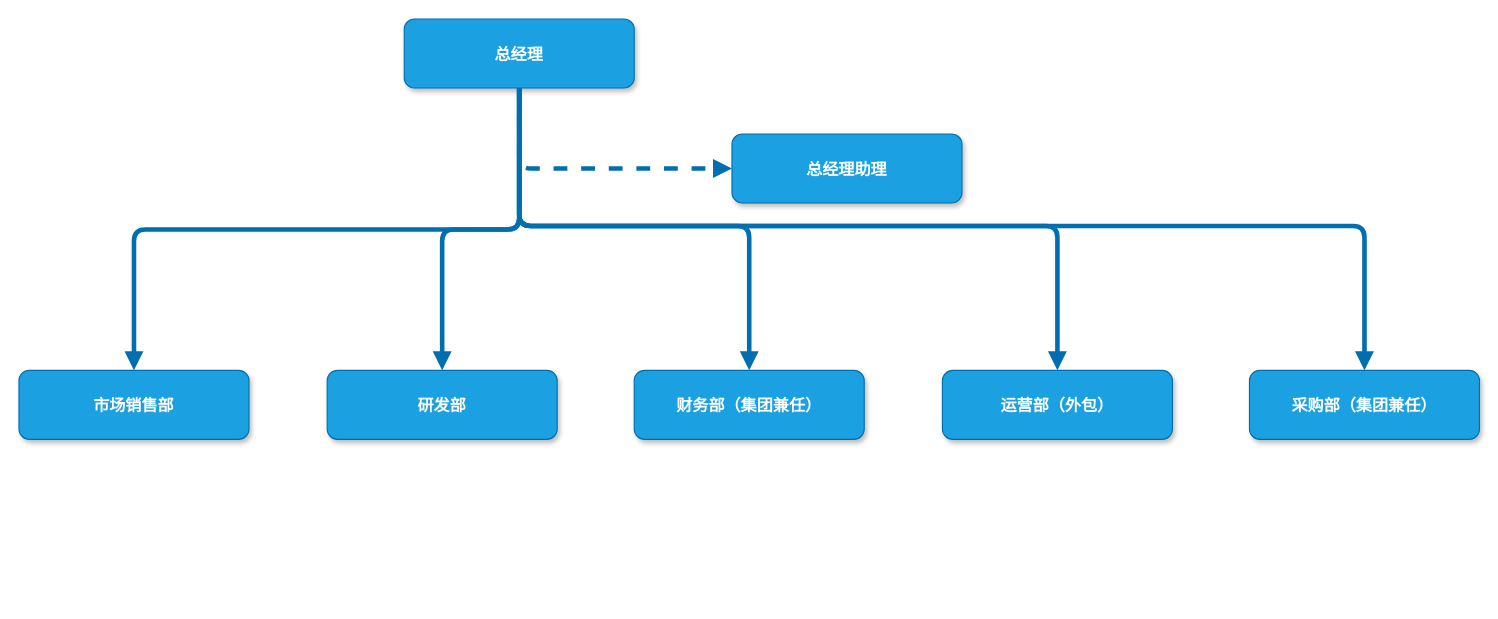
Above: 未命名绘图.drawio in itue/download (draw.io), before the change. Source tidied: cells renumbered, new cells numbered last; positions are measured from the earlier drawing's top-left corner, leaving out a move shared by most shapes. Both pictures are drawn from the tidied source at 115%, with x=0, y=0 at pixel (18, 18).
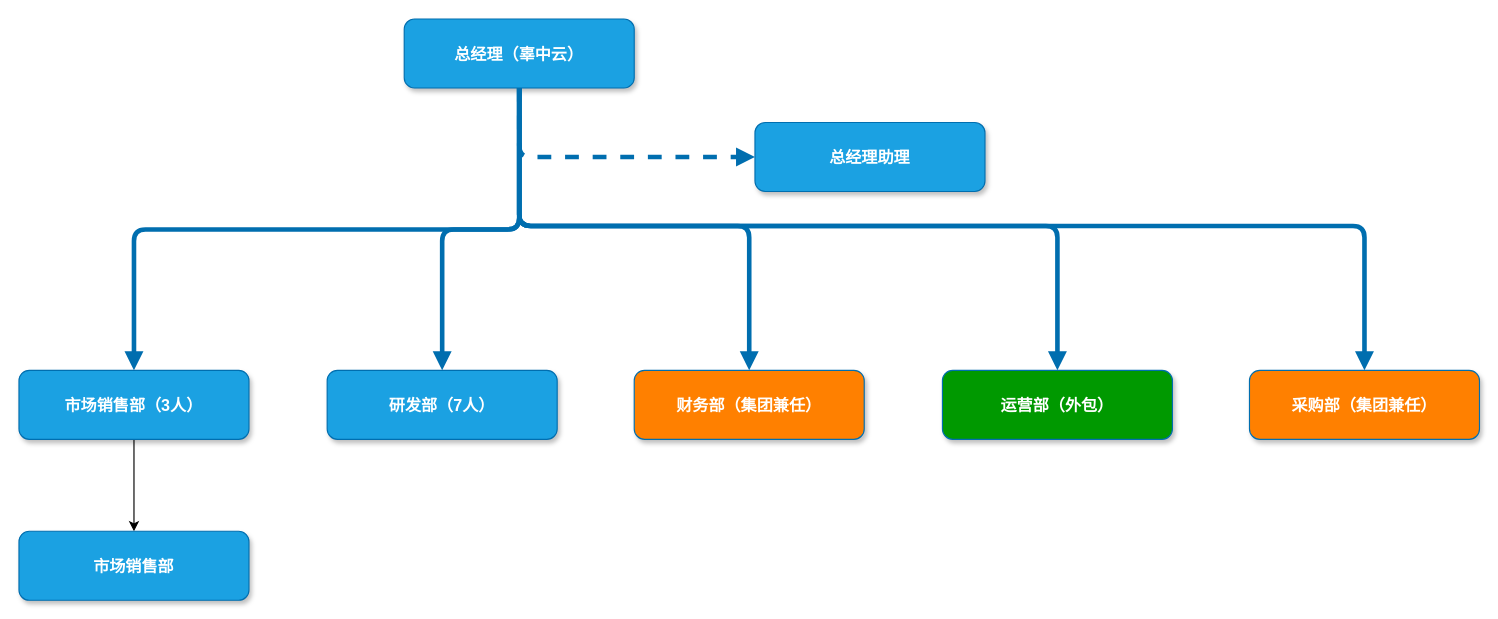
The same page after the edit.

Commit message (it also covers changes not shown here):
华智有为架构图

Change to the diagram source:
```diff
@@
-    <mxCell id="2" value="总经理" style="rounded=1;fillColor=#1ba1e2;strokeColor=#006EAF;shadow=1;fontStyle=1;fontColor=#ffffff;fontSize=14;" parent="1" vertex="1">
+    <mxCell id="2" value="总经理（辜中云）" style="rounded=1;fillColor=#1ba1e2;strokeColor=#006EAF;shadow=1;fontStyle=1;fontColor=#ffffff;fontSize=14;" parent="1" vertex="1">
       <mxGeometry x="335" width="200" height="60" as="geometry" />
     </mxCell>
-    <mxCell id="3" value="运营部（外包）" style="rounded=1;fillColor=#1ba1e2;strokeColor=#006EAF;shadow=1;fontStyle=1;fontColor=#ffffff;fontSize=14;" parent="1" vertex="1">
+    <mxCell id="3" value="运营部（外包）" style="rounded=1;strokeColor=#006EAF;shadow=1;fontStyle=1;fontColor=#ffffff;fontSize=14;fillColor=#009900;" parent="1" vertex="1">
       <mxGeometry x="803" y="305.5" width="200" height="60" as="geometry" />
     </mxCell>
+    <mxCell id="15" style="edgeStyle=orthogonalEdgeStyle;rounded=0;jettySize=auto;html=1;" parent="1" edge="1" source="4" target="16">
+      <mxGeometry relative="1" as="geometry" />
+    </mxCell>
-    <mxCell id="4" value="市场销售部" style="rounded=1;fillColor=#1ba1e2;strokeColor=#006EAF;shadow=1;fontStyle=1;fontColor=#ffffff;fontSize=14;" parent="1" vertex="1">
+    <mxCell id="4" value="市场销售部（3人）" style="rounded=1;fillColor=#1ba1e2;strokeColor=#006EAF;shadow=1;fontStyle=1;fontColor=#ffffff;fontSize=14;" parent="1" vertex="1">
       <mxGeometry y="305.5" width="200" height="60" as="geometry" />
     </mxCell>
-    <mxCell id="5" value="研发部" style="rounded=1;fillColor=#1ba1e2;strokeColor=#006EAF;shadow=1;fontStyle=1;fontColor=#ffffff;fontSize=14;" parent="1" vertex="1">
+    <mxCell id="5" value="研发部（7人）" style="rounded=1;fillColor=#1ba1e2;strokeColor=#006EAF;shadow=1;fontStyle=1;fontColor=#ffffff;fontSize=14;" parent="1" vertex="1">
       <mxGeometry x="268" y="305.5" width="200" height="60" as="geometry" />
     </mxCell>
     <mxCell id="6" value="总经理助理" style="rounded=1;fillColor=#1ba1e2;strokeColor=#006EAF;shadow=1;fontStyle=1;fontColor=#ffffff;fontSize=14;" parent="1" vertex="1">
-      <mxGeometry x="620" y="100" width="200" height="60" as="geometry" />
+      <mxGeometry x="640" y="90" width="200" height="60" as="geometry" />
     </mxCell>
@@
-    <mxCell id="9" style="edgeStyle=elbowEdgeStyle;elbow=vertical;strokeWidth=4;endArrow=block;endFill=1;fontStyle=1;dashed=1;strokeColor=#006EAF;fillColor=#1ba1e2;" parent="1" edge="1" source="2" target="6">
+    <mxCell id="9" style="edgeStyle=elbowEdgeStyle;elbow=vertical;strokeWidth=4;endArrow=block;endFill=1;fontStyle=1;dashed=1;strokeColor=#006EAF;fillColor=#1ba1e2;entryX=0;entryY=0.5;entryDx=0;entryDy=0;" parent="1" edge="1" target="6">
       <mxGeometry x="22" y="165.5" as="geometry">
+        <mxPoint x="435" y="60" as="sourcePoint" />
         <Array as="points">
+          <mxPoint x="510" y="120" />
+          <mxPoint x="600" y="110" />
           <mxPoint x="590" y="130" />
           <mxPoint x="722" y="145.5" />
         </Array>
       </mxGeometry>
     </mxCell>
-    <mxCell id="10" value="财务部（集团兼任）" style="rounded=1;fillColor=#1ba1e2;strokeColor=#006EAF;shadow=1;fontStyle=1;fontColor=#ffffff;fontSize=14;" parent="1" vertex="1">
+    <mxCell id="10" value="财务部（集团兼任）" style="rounded=1;strokeColor=#006EAF;shadow=1;fontStyle=1;fontColor=#ffffff;fontSize=14;fillColor=#FF8000;" parent="1" vertex="1">
       <mxGeometry x="535" y="305.5" width="200" height="60" as="geometry" />
     </mxCell>
-    <mxCell id="11" value="采购部（集团兼任）" style="rounded=1;fillColor=#1ba1e2;strokeColor=#006EAF;shadow=1;fontStyle=1;fontColor=#ffffff;fontSize=14;" parent="1" vertex="1">
+    <mxCell id="11" value="采购部（集团兼任）" style="rounded=1;strokeColor=#006EAF;shadow=1;fontStyle=1;fontColor=#ffffff;fontSize=14;fillColor=#FF8000;" parent="1" vertex="1">
       <mxGeometry x="1070" y="305.5" width="200" height="60" as="geometry" />
     </mxCell>
@@
+    <mxCell id="16" value="市场销售部" style="rounded=1;fillColor=#1ba1e2;strokeColor=#006EAF;shadow=1;fontStyle=1;fontColor=#ffffff;fontSize=14;" parent="1" vertex="1">
+      <mxGeometry y="445.5" width="200" height="60" as="geometry" />
+    </mxCell>
```
